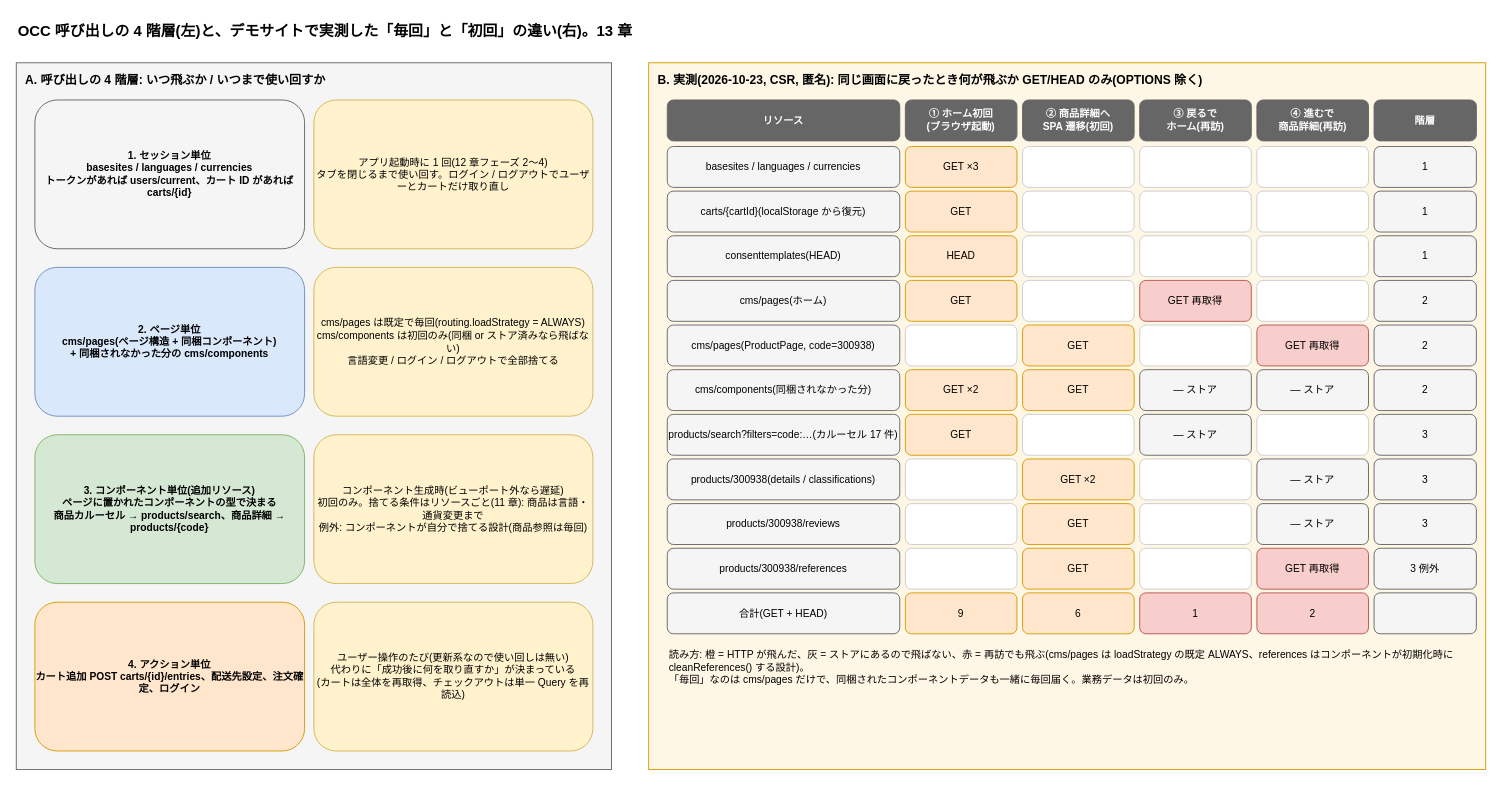
kazumasamatsumoto/spartacus-architecture-notes keeps this draw.io diagram as page "10 呼び出しの 4 階層と毎回・初回" (10 of 13) of docs/diagrams/spartacus-architecture.drawio. Above is the earlier version. Source tidied: cells renumbered, new cells numbered last; positions are measured from the earlier drawing's top-left corner, leaving out a move shared by most shapes. Both pictures are drawn from the tidied source at 93%, with x=0, y=0 at pixel (16, 16).
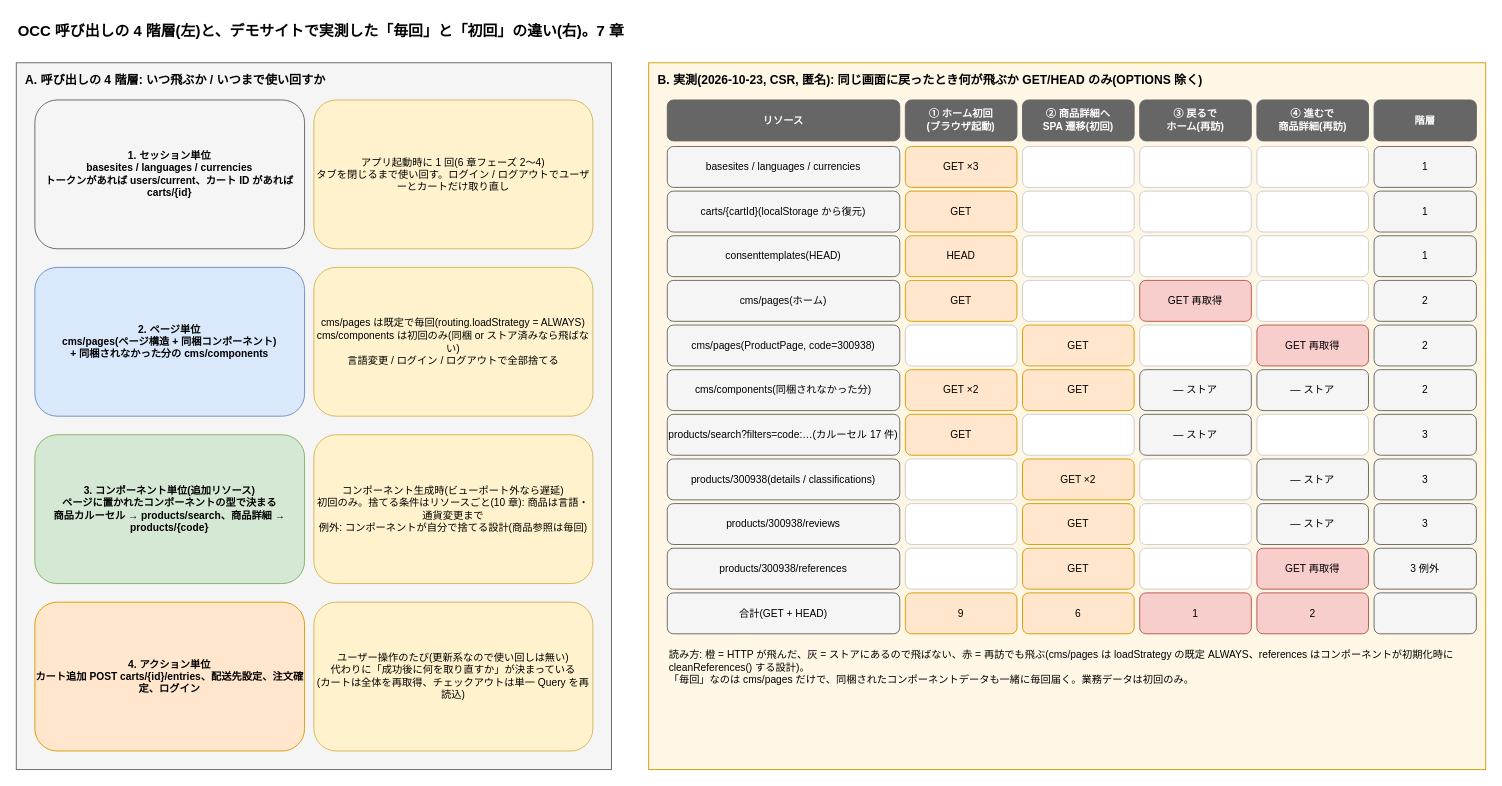
Above is the later version.

Change to the diagram source:
```diff
@@
-    <mxCell id="2" value="OCC 呼び出しの 4 階層(左)と、デモサイトで実測した「毎回」と「初回」の違い(右)。13 章" style="text;html=1;whiteSpace=wrap;align=left;verticalAlign=top;fontSize=16;fontStyle=1;" parent="1" vertex="1">
+    <mxCell id="2" value="OCC 呼び出しの 4 階層(左)と、デモサイトで実測した「毎回」と「初回」の違い(右)。7 章" style="text;html=1;whiteSpace=wrap;align=left;verticalAlign=top;fontSize=16;fontStyle=1;" parent="1" vertex="1">
       <mxGeometry width="1500" height="30" as="geometry" />
     </mxCell>
@@
-    <mxCell id="5" value="アプリ起動時に 1 回(12 章フェーズ 2〜4)&lt;br&gt;タブを閉じるまで使い回す。ログイン / ログアウトでユーザーとカートだけ取り直し" style="rounded=1;whiteSpace=wrap;html=1;fillColor=#fff2cc;strokeColor=#d6b656;fontSize=11;align=center;verticalAlign=middle;" parent="1" vertex="1">
+    <mxCell id="5" value="アプリ起動時に 1 回(6 章フェーズ 2〜4)&lt;br&gt;タブを閉じるまで使い回す。ログイン / ログアウトでユーザーとカートだけ取り直し" style="rounded=1;whiteSpace=wrap;html=1;fillColor=#fff2cc;strokeColor=#d6b656;fontSize=11;align=center;verticalAlign=middle;" parent="1" vertex="1">
       <mxGeometry x="320" y="90" width="300" height="160" as="geometry" />
     </mxCell>
@@
-    <mxCell id="9" value="コンポーネント生成時(ビューポート外なら遅延)&lt;br&gt;初回のみ。捨てる条件はリソースごと(11 章): 商品は言語・通貨変更まで&lt;br&gt;例外: コンポーネントが自分で捨てる設計(商品参照は毎回)" style="rounded=1;whiteSpace=wrap;html=1;fillColor=#fff2cc;strokeColor=#d6b656;fontSize=11;align=center;verticalAlign=middle;" parent="1" vertex="1">
+    <mxCell id="9" value="コンポーネント生成時(ビューポート外なら遅延)&lt;br&gt;初回のみ。捨てる条件はリソースごと(10 章): 商品は言語・通貨変更まで&lt;br&gt;例外: コンポーネントが自分で捨てる設計(商品参照は毎回)" style="rounded=1;whiteSpace=wrap;html=1;fillColor=#fff2cc;strokeColor=#d6b656;fontSize=11;align=center;verticalAlign=middle;" parent="1" vertex="1">
       <mxGeometry x="320" y="450" width="300" height="160" as="geometry" />
     </mxCell>
```
